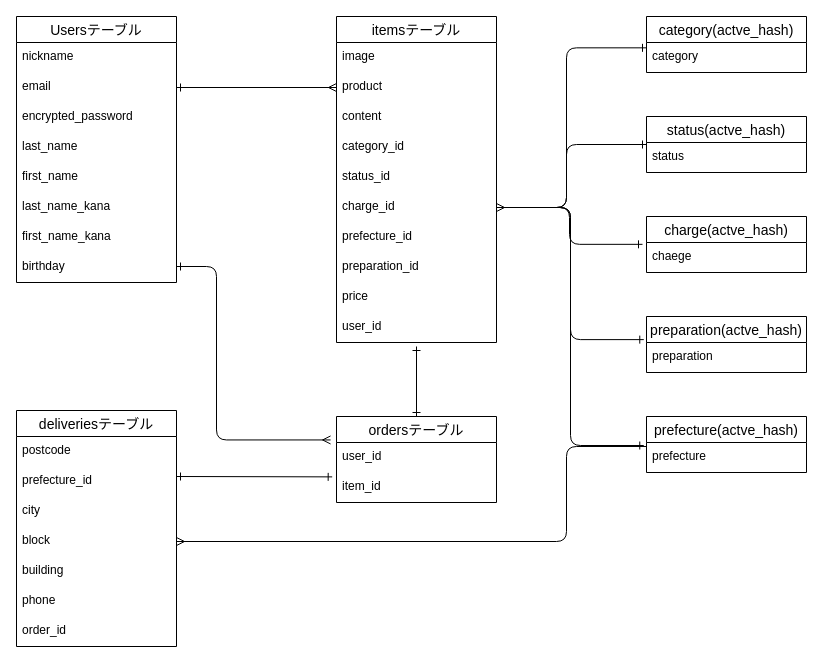
Earlier version of the draw.io diagram furima.dio (goayasushi/furima-38925). Source tidied: cells renumbered, new cells numbered last; positions are measured from the earlier drawing's top-left corner, leaving out a move shared by most shapes. Both pictures are drawn from the tidied source at 100%, with x=0, y=0 at pixel (16, 16).
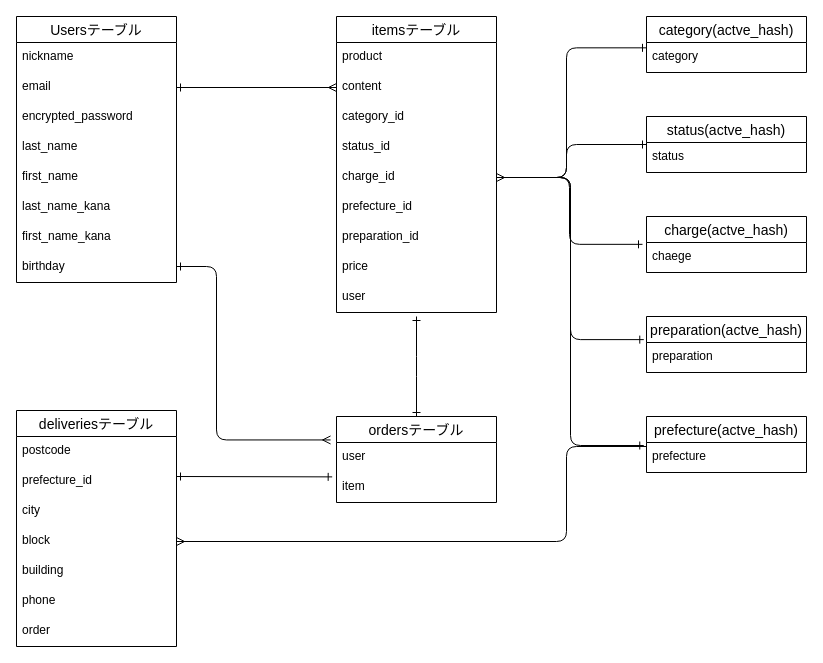
The same page after the edit.

Commit message:
データベース修正(3)

Unchanged cells that the change refers to:
```xml
<mxCell id="5" value="email" style="text;strokeColor=none;fillColor=none;spacingLeft=4;spacingRight=4;overflow=hidden;points=[[0,0.5],[1,0.5]];portConstraint=eastwest;fontSize=12;" parent="3" vertex="1">
  <mxGeometry y="56" width="160" height="30" as="geometry" />
</mxCell>
<mxCell id="25" value="ordersテーブル" style="swimlane;fontStyle=0;horizontal=1;startSize=26;align=center;fontSize=14;" parent="1" vertex="1">
  <mxGeometry x="320" y="400" width="160" height="86" as="geometry" />
</mxCell>
<mxCell id="28" value="deliveriesテーブル" style="swimlane;fontStyle=0;horizontal=1;startSize=26;align=center;fontSize=14;" parent="1" vertex="1">
  <mxGeometry y="394" width="160" height="236" as="geometry" />
</mxCell>
```

Change to the diagram source:
```diff
@@
     <mxCell id="12" value="itemsテーブル" style="swimlane;fontStyle=0;horizontal=1;startSize=26;align=center;fontSize=14;" parent="1" vertex="1">
-      <mxGeometry x="320" width="160" height="326" as="geometry" />
+      <mxGeometry x="320" width="160" height="296" as="geometry" />
     </mxCell>
-    <mxCell id="13" value="image " style="text;strokeColor=none;fillColor=none;spacingLeft=4;spacingRight=4;overflow=hidden;fontSize=12;" parent="12" vertex="1">
-      <mxGeometry y="26" width="160" height="30" as="geometry" />
-    </mxCell>
     <mxCell id="14" value="product" style="text;strokeColor=none;fillColor=none;spacingLeft=4;spacingRight=4;overflow=hidden;points=[[0,0.5],[1,0.5]];portConstraint=eastwest;fontSize=12;" parent="12" vertex="1">
-      <mxGeometry y="56" width="160" height="30" as="geometry" />
+      <mxGeometry y="26" width="160" height="30" as="geometry" />
     </mxCell>
     <mxCell id="15" value="content" style="text;strokeColor=none;fillColor=none;spacingLeft=4;spacingRight=4;overflow=hidden;points=[[0,0.5],[1,0.5]];portConstraint=eastwest;fontSize=12;" parent="12" vertex="1">
-      <mxGeometry y="86" width="160" height="30" as="geometry" />
+      <mxGeometry y="56" width="160" height="30" as="geometry" />
     </mxCell>
     <mxCell id="16" value="category_id" style="text;strokeColor=none;fillColor=none;spacingLeft=4;spacingRight=4;overflow=hidden;fontSize=12;" parent="12" vertex="1">
-      <mxGeometry y="116" width="160" height="30" as="geometry" />
+      <mxGeometry y="86" width="160" height="30" as="geometry" />
     </mxCell>
     <mxCell id="17" value="status_id" style="text;strokeColor=none;fillColor=none;spacingLeft=4;spacingRight=4;overflow=hidden;fontSize=12;" parent="12" vertex="1">
-      <mxGeometry y="146" width="160" height="30" as="geometry" />
+      <mxGeometry y="116" width="160" height="30" as="geometry" />
     </mxCell>
     <mxCell id="18" value="charge_id" style="text;strokeColor=none;fillColor=none;spacingLeft=4;spacingRight=4;overflow=hidden;points=[[0,0.5],[1,0.5]];portConstraint=eastwest;fontSize=12;" parent="12" vertex="1">
-      <mxGeometry y="176" width="160" height="30" as="geometry" />
+      <mxGeometry y="146" width="160" height="30" as="geometry" />
     </mxCell>
     <mxCell id="19" value="prefecture_id" style="text;strokeColor=none;fillColor=none;spacingLeft=4;spacingRight=4;overflow=hidden;fontSize=12;" parent="12" vertex="1">
-      <mxGeometry y="206" width="160" height="30" as="geometry" />
+      <mxGeometry y="176" width="160" height="30" as="geometry" />
     </mxCell>
     <mxCell id="20" value="preparation_id" style="text;strokeColor=none;fillColor=none;spacingLeft=4;spacingRight=4;overflow=hidden;fontSize=12;" parent="12" vertex="1">
-      <mxGeometry y="236" width="160" height="30" as="geometry" />
+      <mxGeometry y="206" width="160" height="30" as="geometry" />
     </mxCell>
     <mxCell id="21" value="price" style="text;strokeColor=none;fillColor=none;spacingLeft=4;spacingRight=4;overflow=hidden;fontSize=12;" parent="12" vertex="1">
-      <mxGeometry y="266" width="160" height="30" as="geometry" />
+      <mxGeometry y="236" width="160" height="30" as="geometry" />
     </mxCell>
-    <mxCell id="22" value="user_id" style="text;strokeColor=none;fillColor=none;spacingLeft=4;spacingRight=4;overflow=hidden;fontSize=12;" parent="12" vertex="1">
-      <mxGeometry y="296" width="160" height="30" as="geometry" />
+    <mxCell id="22" value="user" style="text;strokeColor=none;fillColor=none;spacingLeft=4;spacingRight=4;overflow=hidden;fontSize=12;" parent="12" vertex="1">
+      <mxGeometry y="266" width="160" height="30" as="geometry" />
     </mxCell>
-    <mxCell id="23" style="edgeStyle=none;html=1;exitX=1;exitY=0.5;exitDx=0;exitDy=0;endArrow=ERmany;endFill=0;strokeWidth=1;startArrow=ERone;startFill=0;entryX=0;entryY=0.5;entryDx=0;entryDy=0;" parent="1" edge="1" source="5" target="14">
+    <mxCell id="23" style="edgeStyle=none;html=1;exitX=1;exitY=0.5;exitDx=0;exitDy=0;endArrow=ERmany;endFill=0;strokeWidth=1;startArrow=ERone;startFill=0;entryX=0;entryY=0.5;entryDx=0;entryDy=0;" parent="1" edge="1" source="5" target="15">
       <mxGeometry relative="1" as="geometry" />
     </mxCell>
     <mxCell id="24" style="edgeStyle=elbowEdgeStyle;html=1;exitX=0.5;exitY=0;exitDx=0;exitDy=0;endArrow=ERone;endFill=0;startArrow=ERone;startFill=0;" parent="1" edge="1" source="25">
       <mxGeometry relative="1" as="geometry">
-        <mxPoint x="400.3" y="330" as="targetPoint" />
+        <mxPoint x="400" y="300" as="targetPoint" />
       </mxGeometry>
     </mxCell>
@@
-    <mxCell id="26" value="user_id" style="text;strokeColor=none;fillColor=none;spacingLeft=4;spacingRight=4;overflow=hidden;points=[[0,0.5],[1,0.5]];portConstraint=eastwest;fontSize=12;" parent="25" vertex="1">
+    <mxCell id="26" value="user" style="text;strokeColor=none;fillColor=none;spacingLeft=4;spacingRight=4;overflow=hidden;points=[[0,0.5],[1,0.5]];portConstraint=eastwest;fontSize=12;" parent="25" vertex="1">
       <mxGeometry y="26" width="160" height="30" as="geometry" />
     </mxCell>
-    <mxCell id="27" value="item_id" style="text;strokeColor=none;fillColor=none;spacingLeft=4;spacingRight=4;overflow=hidden;points=[[0,0.5],[1,0.5]];portConstraint=eastwest;fontSize=12;" parent="25" vertex="1">
+    <mxCell id="27" value="item" style="text;strokeColor=none;fillColor=none;spacingLeft=4;spacingRight=4;overflow=hidden;points=[[0,0.5],[1,0.5]];portConstraint=eastwest;fontSize=12;" parent="25" vertex="1">
       <mxGeometry y="56" width="160" height="30" as="geometry" />
     </mxCell>
@@
-    <mxCell id="35" value="order_id" style="text;strokeColor=none;fillColor=none;spacingLeft=4;spacingRight=4;overflow=hidden;fontSize=12;" parent="28" vertex="1">
+    <mxCell id="35" value="order" style="text;strokeColor=none;fillColor=none;spacingLeft=4;spacingRight=4;overflow=hidden;fontSize=12;" parent="28" vertex="1">
       <mxGeometry y="206" width="160" height="30" as="geometry" />
     </mxCell>
```
